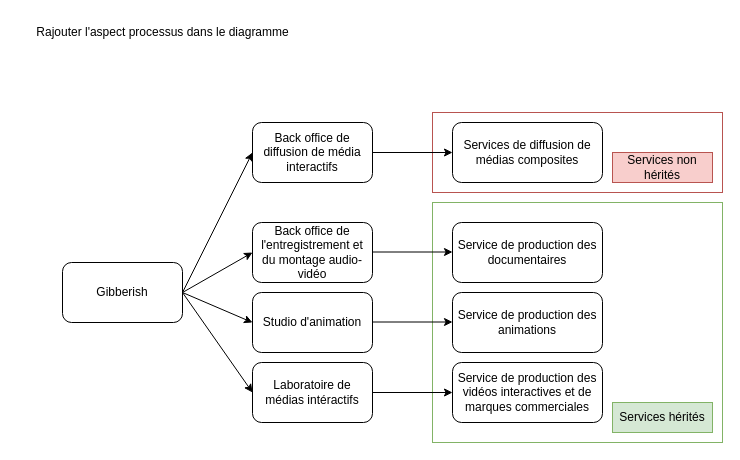
Before: GibberishBusinessTarget.drawio in cjour/audit_logistics, a draw.io diagram. Source tidied: cells renumbered, new cells numbered last; positions are measured from the earlier drawing's top-left corner, leaving out a move shared by most shapes. Both pictures are drawn from the tidied source at 100%, with x=0, y=0 at pixel (17, 17).
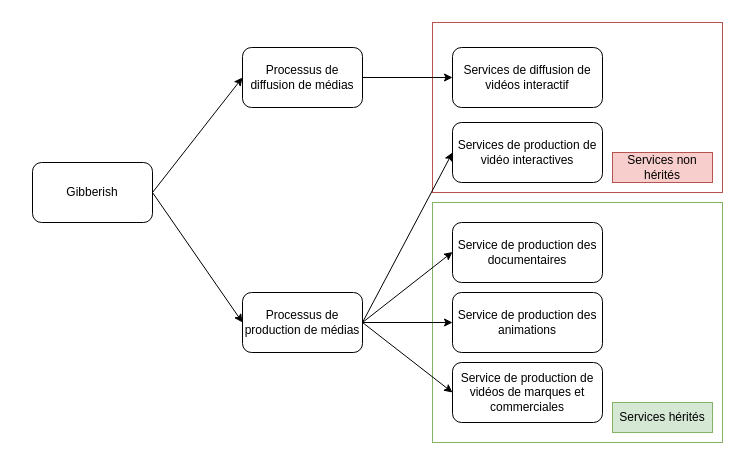
Above is the later version.

Commit message:
Mettre à jour GibberishBusinessTarget.drawio

Unchanged cells that the change refers to:
```xml
<mxCell id="6" value="Service de production des animations" style="rounded=1;whiteSpace=wrap;html=1;" parent="1" vertex="1">
  <mxGeometry x="435" y="275" width="150" height="60" as="geometry" />
</mxCell>
```

What changed in the source:
```diff
@@
     <mxCell id="3" style="rounded=0;whiteSpace=wrap;html=1;fillColor=none;strokeColor=#b85450;" parent="1" vertex="1">
-      <mxGeometry x="415" y="95" width="290" height="80" as="geometry" />
+      <mxGeometry x="415" y="5" width="290" height="170" as="geometry" />
     </mxCell>
-    <mxCell id="4" value="&lt;div&gt;Services de diffusion de médias composites&lt;/div&gt;" style="rounded=1;whiteSpace=wrap;html=1;" parent="1" vertex="1">
+    <mxCell id="4" value="&lt;div&gt;Services de production de vidéo interactives&lt;br&gt;&lt;/div&gt;" style="rounded=1;whiteSpace=wrap;html=1;" parent="1" vertex="1">
       <mxGeometry x="435" y="105" width="150" height="60" as="geometry" />
     </mxCell>
@@
-    <mxCell id="7" value="Service de production des vidéos interactives et de marques commerciales" style="rounded=1;whiteSpace=wrap;html=1;" parent="1" vertex="1">
+    <mxCell id="7" value="Service de production de vidéos de marques et commerciales" style="rounded=1;whiteSpace=wrap;html=1;" parent="1" vertex="1">
       <mxGeometry x="435" y="345" width="150" height="60" as="geometry" />
     </mxCell>
@@
-    <mxCell id="10" value="Laboratoire de médias intéractifs" style="rounded=1;whiteSpace=wrap;html=1;fillColor=none;" parent="1" vertex="1">
-      <mxGeometry x="235" y="345" width="120" height="60" as="geometry" />
-    </mxCell>
-    <mxCell id="11" value="&lt;div&gt;Studio d'animation&lt;/div&gt;" style="rounded=1;whiteSpace=wrap;html=1;fillColor=none;" parent="1" vertex="1">
-      <mxGeometry x="235" y="275" width="120" height="60" as="geometry" />
-    </mxCell>
+    <mxCell id="24" style="edgeStyle=orthogonalEdgeStyle;rounded=0;jettySize=auto;html=1;" parent="1" edge="1" source="12" target="6">
+      <mxGeometry relative="1" as="geometry" />
+    </mxCell>
-    <mxCell id="12" value="&lt;div&gt;Back office de l'entregistrement et du montage audio-vidéo&lt;/div&gt;" style="rounded=1;whiteSpace=wrap;html=1;fillColor=none;" parent="1" vertex="1">
-      <mxGeometry x="235" y="205" width="120" height="60" as="geometry" />
+    <mxCell id="12" value="Processus de production de médias" style="rounded=1;whiteSpace=wrap;html=1;fillColor=none;" parent="1" vertex="1">
+      <mxGeometry x="225" y="275" width="120" height="60" as="geometry" />
     </mxCell>
-    <mxCell id="13" value="&lt;div&gt;Back office de diffusion de média interactifs&lt;br&gt;&lt;/div&gt;" style="rounded=1;whiteSpace=wrap;html=1;fillColor=none;" parent="1" vertex="1">
-      <mxGeometry x="235" y="105" width="120" height="60" as="geometry" />
-    </mxCell>
-    <mxCell id="14" style="endArrow=classic;html=1;rounded=0;entryX=0;entryY=0.5;entryDx=0;entryDy=0;exitX=1;exitY=0.5;exitDx=0;exitDy=0;" parent="1" edge="1" source="10" target="7">
+    <mxCell id="14" style="endArrow=classic;html=1;rounded=0;entryX=0;entryY=0.5;entryDx=0;entryDy=0;exitX=1;exitY=0.5;exitDx=0;exitDy=0;" parent="1" edge="1" source="12" target="7">
       <mxGeometry relative="1" as="geometry" />
     </mxCell>
-    <mxCell id="15" style="endArrow=classic;html=1;rounded=0;entryX=0;entryY=0.5;entryDx=0;entryDy=0;exitX=1;exitY=0.5;exitDx=0;exitDy=0;" parent="1" edge="1">
-      <mxGeometry relative="1" as="geometry">
-        <mxPoint x="355" y="304.5" as="sourcePoint" />
-        <mxPoint x="435" y="304.5" as="targetPoint" />
-      </mxGeometry>
-    </mxCell>
-    <mxCell id="16" style="endArrow=classic;html=1;rounded=0;entryX=0;entryY=0.5;entryDx=0;entryDy=0;exitX=1;exitY=0.5;exitDx=0;exitDy=0;" parent="1" edge="1">
+    <mxCell id="16" style="endArrow=classic;html=1;rounded=0;entryX=0;entryY=0.5;entryDx=0;entryDy=0;exitX=1;exitY=0.5;exitDx=0;exitDy=0;" parent="1" edge="1" source="12">
       <mxGeometry relative="1" as="geometry">
-        <mxPoint x="355" y="234.5" as="sourcePoint" />
         <mxPoint x="435" y="234.5" as="targetPoint" />
       </mxGeometry>
     </mxCell>
-    <mxCell id="17" style="endArrow=classic;html=1;rounded=0;entryX=0;entryY=0.5;entryDx=0;entryDy=0;exitX=1;exitY=0.5;exitDx=0;exitDy=0;" parent="1" edge="1">
-      <mxGeometry relative="1" as="geometry">
-        <mxPoint x="355" y="135" as="sourcePoint" />
-        <mxPoint x="435" y="135" as="targetPoint" />
-      </mxGeometry>
+    <mxCell id="17" style="endArrow=classic;html=1;rounded=0;entryX=0;entryY=0.5;entryDx=0;entryDy=0;exitX=1;exitY=0.5;exitDx=0;exitDy=0;" parent="1" edge="1" source="26" target="25">
+      <mxGeometry relative="1" as="geometry" />
     </mxCell>
     <mxCell id="18" value="Gibberish" style="rounded=1;whiteSpace=wrap;html=1;fillColor=none;" parent="1" vertex="1">
-      <mxGeometry x="45" y="245" width="120" height="60" as="geometry" />
+      <mxGeometry x="15" y="145" width="120" height="60" as="geometry" />
     </mxCell>
-    <mxCell id="19" style="endArrow=classic;html=1;rounded=0;exitX=1;exitY=0.5;exitDx=0;exitDy=0;entryX=0;entryY=0.5;entryDx=0;entryDy=0;" parent="1" edge="1" source="18" target="10">
-      <mxGeometry relative="1" as="geometry" />
-    </mxCell>
-    <mxCell id="20" style="endArrow=classic;html=1;rounded=0;exitX=1;exitY=0.5;exitDx=0;exitDy=0;entryX=0;entryY=0.5;entryDx=0;entryDy=0;" parent="1" edge="1" source="18" target="11">
-      <mxGeometry relative="1" as="geometry" />
-    </mxCell>
@@
-    <mxCell id="22" style="endArrow=classic;html=1;rounded=0;entryX=0;entryY=0.5;entryDx=0;entryDy=0;exitX=1;exitY=0.5;exitDx=0;exitDy=0;" parent="1" edge="1" source="18" target="13">
-      <mxGeometry relative="1" as="geometry" />
-    </mxCell>
-    <mxCell id="23" value="Rajouter l'aspect processus dans le diagramme" style="text;html=1;align=center;verticalAlign=middle;strokeColor=none;fillColor=none;" parent="1" vertex="1">
-      <mxGeometry width="290" height="30" as="geometry" />
-    </mxCell>
+    <mxCell id="25" value="&lt;div&gt;Services de diffusion de vidéos interactif&lt;/div&gt;" style="rounded=1;whiteSpace=wrap;html=1;" parent="1" vertex="1">
+      <mxGeometry x="435" y="30" width="150" height="60" as="geometry" />
+    </mxCell>
+    <mxCell id="26" value="Processus de diffusion de médias" style="rounded=1;whiteSpace=wrap;html=1;fillColor=none;" parent="1" vertex="1">
+      <mxGeometry x="225" y="30" width="120" height="60" as="geometry" />
+    </mxCell>
+    <mxCell id="27" style="endArrow=classic;html=1;rounded=0;exitX=1;exitY=0.5;exitDx=0;exitDy=0;entryX=0;entryY=0.5;entryDx=0;entryDy=0;" parent="1" edge="1" source="18" target="26">
+      <mxGeometry relative="1" as="geometry" />
+    </mxCell>
+    <mxCell id="28" style="endArrow=classic;html=1;rounded=0;entryX=0;entryY=0.5;entryDx=0;entryDy=0;" parent="1" edge="1" target="4">
+      <mxGeometry relative="1" as="geometry">
+        <mxPoint x="345" y="305" as="sourcePoint" />
+      </mxGeometry>
+    </mxCell>
```
